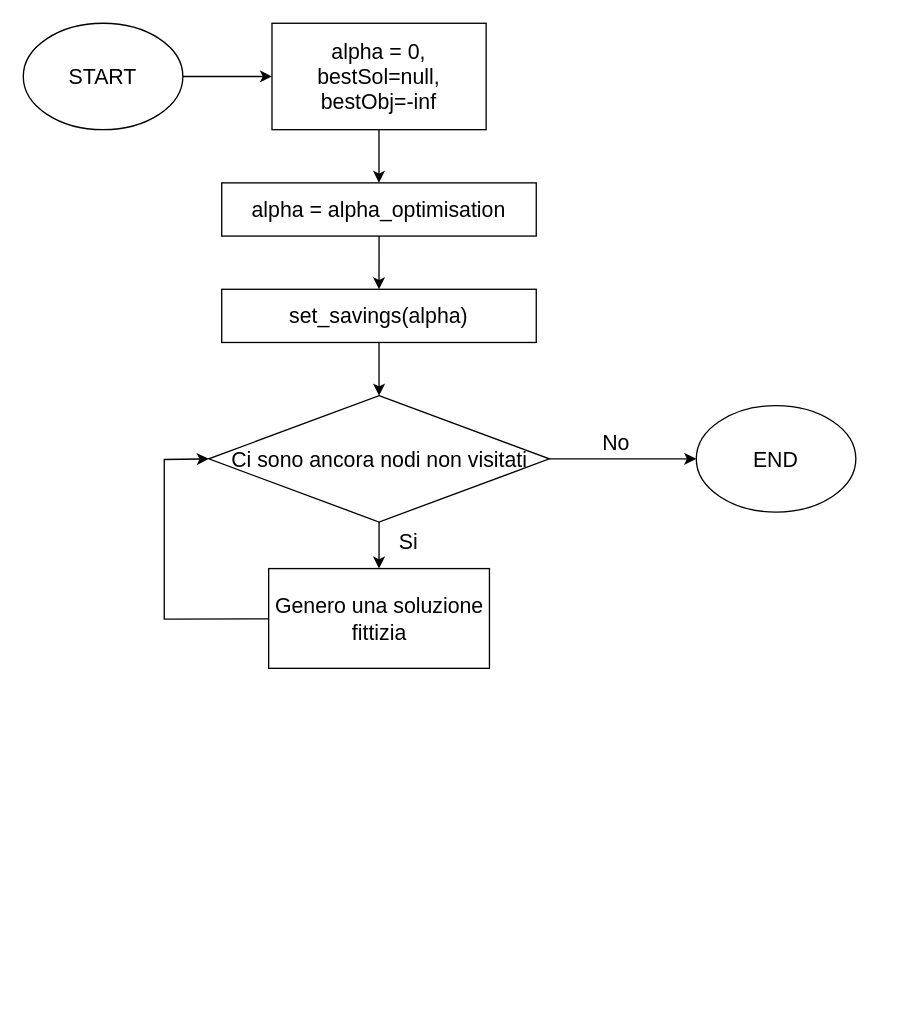
Above: Immagini_Jupyter/Flowchart_Heuristic_2.drawio in giuseppericcio/Pompei-Ruins-Orienteering-Problem (draw.io), before the change. Source tidied: cells renumbered, new cells numbered last; positions are measured from the earlier drawing's top-left corner, leaving out a move shared by most shapes. Both pictures are drawn from the tidied source at 133%, with x=0, y=0 at pixel (23, 23).
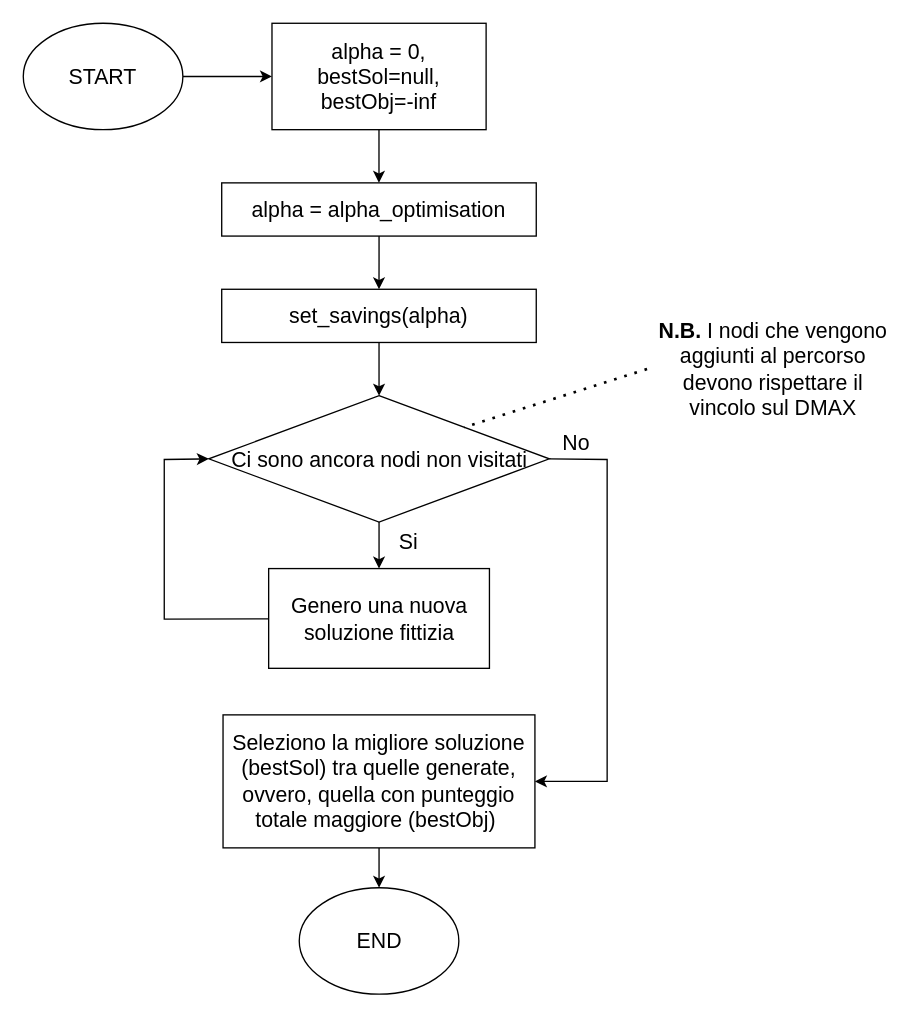
After the change.

The change refers to these unchanged cells:
```xml
<mxCell id="13" value="Ci sono ancora nodi non visitati" style="rhombus;fontSize=16;labelBackgroundColor=none;whiteSpace=wrap;html=1;" parent="1" vertex="1">
  <mxGeometry x="139.5" y="280" width="256" height="95" as="geometry" />
</mxCell>
```

Diff of the diagram source:
```diff
@@
     <mxCell id="6" value="END" style="ellipse;fontSize=16;labelBackgroundColor=none;whiteSpace=wrap;html=1;" parent="1" vertex="1">
-      <mxGeometry x="506" y="287.5" width="120" height="80" as="geometry" />
+      <mxGeometry x="207.5" y="650" width="120" height="80" as="geometry" />
     </mxCell>
@@
-    <mxCell id="10" value="Genero una soluzione fittizia" style="rounded=0;fontSize=16;labelBackgroundColor=none;whiteSpace=wrap;html=1;" parent="1" vertex="1">
+    <mxCell id="10" value="Genero una nuova soluzione fittizia" style="rounded=0;fontSize=16;labelBackgroundColor=none;whiteSpace=wrap;html=1;" parent="1" vertex="1">
       <mxGeometry x="184.5" y="410" width="166" height="75" as="geometry" />
     </mxCell>
@@
-    <mxCell id="12" style="edgeStyle=none;rounded=0;jettySize=auto;html=1;entryX=0;entryY=0.5;entryDx=0;entryDy=0;labelBackgroundColor=none;fontSize=16;" parent="1" edge="1" source="13" target="6">
-      <mxGeometry relative="1" as="geometry" />
+    <mxCell id="12" style="edgeStyle=none;rounded=0;jettySize=auto;html=1;entryX=1;entryY=0.5;entryDx=0;entryDy=0;labelBackgroundColor=none;fontSize=16;exitX=1;exitY=0.5;exitDx=0;exitDy=0;" parent="1" edge="1" source="13" target="19">
+      <mxGeometry relative="1" as="geometry">
+        <Array as="points">
+          <mxPoint x="439" y="328" />
+          <mxPoint x="439" y="570" />
+        </Array>
+      </mxGeometry>
     </mxCell>
@@
     <mxCell id="15" value="No" style="text;strokeColor=none;fillColor=none;align=center;verticalAlign=middle;rounded=0;fontSize=16;labelBackgroundColor=none;whiteSpace=wrap;html=1;" parent="1" vertex="1">
-      <mxGeometry x="416" y="300" width="60" height="30" as="geometry" />
+      <mxGeometry x="385.8" y="300" width="60" height="30" as="geometry" />
     </mxCell>
@@
+    <mxCell id="18" style="edgeStyle=orthogonalEdgeStyle;rounded=0;jettySize=auto;html=1;entryX=0.5;entryY=0;entryDx=0;entryDy=0;fontSize=16;" parent="1" edge="1" source="19" target="6">
+      <mxGeometry relative="1" as="geometry" />
+    </mxCell>
+    <mxCell id="19" value="Seleziono la migliore soluzione (bestSol) tra quelle generate, ovvero, quella con punteggio totale maggiore (bestObj)&amp;nbsp;" style="rounded=0;fontSize=16;labelBackgroundColor=none;whiteSpace=wrap;html=1;" parent="1" vertex="1">
+      <mxGeometry x="150.2" y="520" width="234.5" height="100" as="geometry" />
+    </mxCell>
+    <mxCell id="20" style="endArrow=none;dashed=1;html=1;dashPattern=1 3;strokeWidth=2;rounded=0;entryX=1;entryY=0;entryDx=0;entryDy=0;exitX=0;exitY=0.5;exitDx=0;exitDy=0;" parent="1" edge="1" source="21" target="13">
+      <mxGeometry relative="1" as="geometry" />
+    </mxCell>
+    <mxCell id="21" value="&lt;font style=&quot;font-size: 16px;&quot;&gt;&lt;b&gt;N.B.&lt;/b&gt; I nodi che vengono aggiunti al percorso devono rispettare il vincolo sul DMAX&lt;/font&gt;" style="text;html=1;strokeColor=none;fillColor=none;align=center;verticalAlign=middle;whiteSpace=wrap;rounded=0;" parent="1" vertex="1">
+      <mxGeometry x="469" y="220" width="190" height="80" as="geometry" />
+    </mxCell>
```
